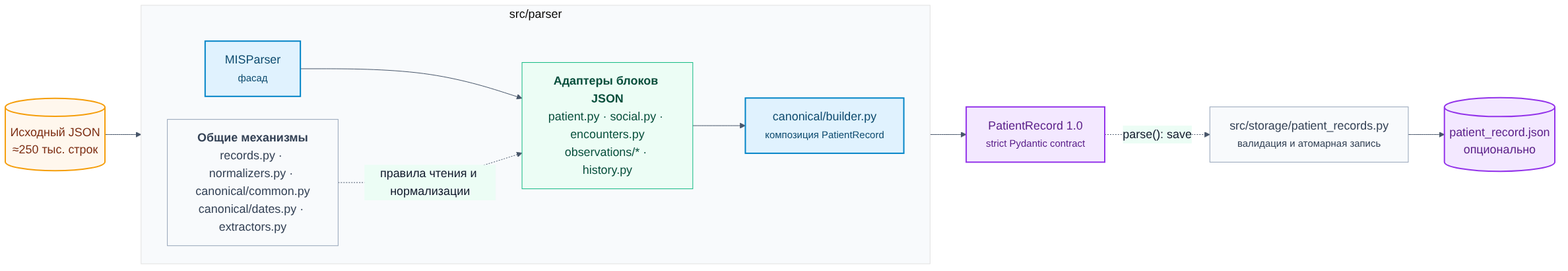
Earlier version of the Mermaid export docs/diagrams/rendered/parser-components.png (rsul07/MISDash). Its source is kept beside it as docs/diagrams/src/parser-components.mmd.
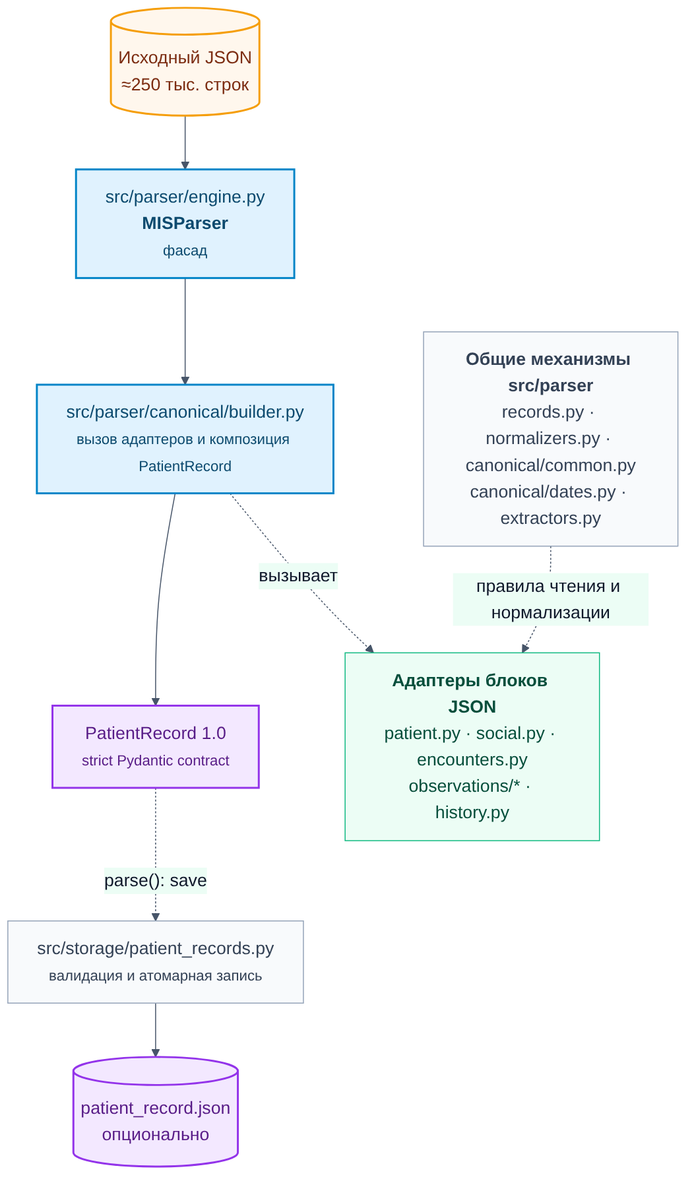
The same file after the commit.

Change to the diagram source:
```diff
@@ -1,23 +1,18 @@
-flowchart LR
+flowchart TB
     raw[(Исходный JSON<br/>≈250 тыс. строк)]
 
-    subgraph parser["src/parser"]
-        direction LR
-        engine["MISParser<br/><small>фасад</small>"]
-        builder["canonical/builder.py<br/><small>композиция PatientRecord</small>"]
-        adapters["<b>Адаптеры блоков JSON</b><br/>patient.py · social.py · encounters.py<br/>observations/* · history.py"]
-        support["<b>Общие механизмы</b><br/>records.py · normalizers.py · canonical/common.py<br/>canonical/dates.py · extractors.py"]
-
-        engine --> adapters --> builder
-        support -. "правила чтения и нормализации" .-> adapters
-    end
+    engine["src/parser/engine.py<br/><b>MISParser</b><br/><small>фасад</small>"]
+    builder["src/parser/canonical/builder.py<br/><small>вызов адаптеров и композиция PatientRecord</small>"]
+    adapters["<b>Адаптеры блоков JSON</b><br/>patient.py · social.py · encounters.py<br/>observations/* · history.py"]
+    support["<b>Общие механизмы src/parser</b><br/>records.py · normalizers.py · canonical/common.py<br/>canonical/dates.py · extractors.py"]
 
     contract["PatientRecord 1.0<br/><small>strict Pydantic contract</small>"]
     storage_module["src/storage/patient_records.py<br/><small>валидация и атомарная запись</small>"]
     storage[(patient_record.json<br/>опционально)]
 
-    raw --> engine
-    builder --> contract
+    raw --> engine --> builder --> contract
+    builder -. "вызывает" .-> adapters
+    support -. "правила чтения и нормализации" .-> adapters
     contract -. "parse(): save" .-> storage_module --> storage
 
     classDef input fill:#fff7ed,stroke:#f59e0b,color:#7c2d12,stroke-width:2px;
```
